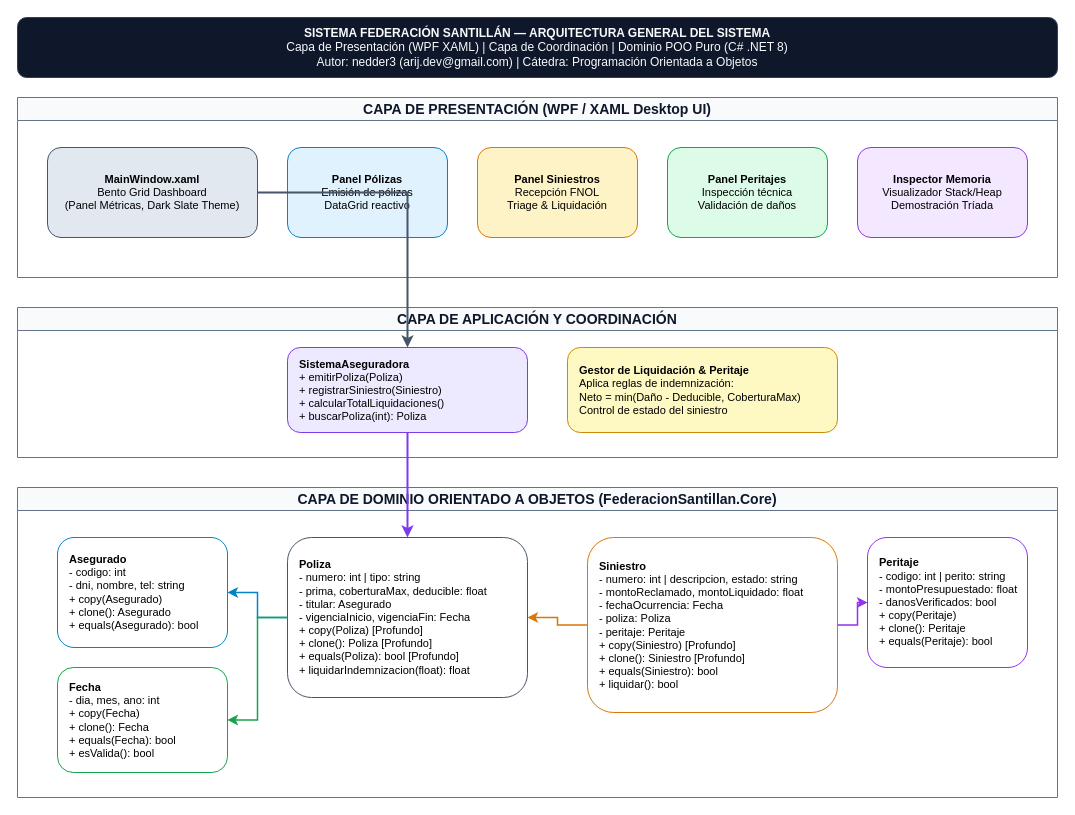
Earlier version of the draw.io diagram diagramas/diagrama_sistema.drawio (nedder3/santillan-seguros). Source tidied: cells renumbered, new cells numbered last; positions are measured from the earlier drawing's top-left corner, leaving out a move shared by most shapes. Both pictures are drawn from the tidied source at 100%, with x=0, y=0 at pixel (17, 17).
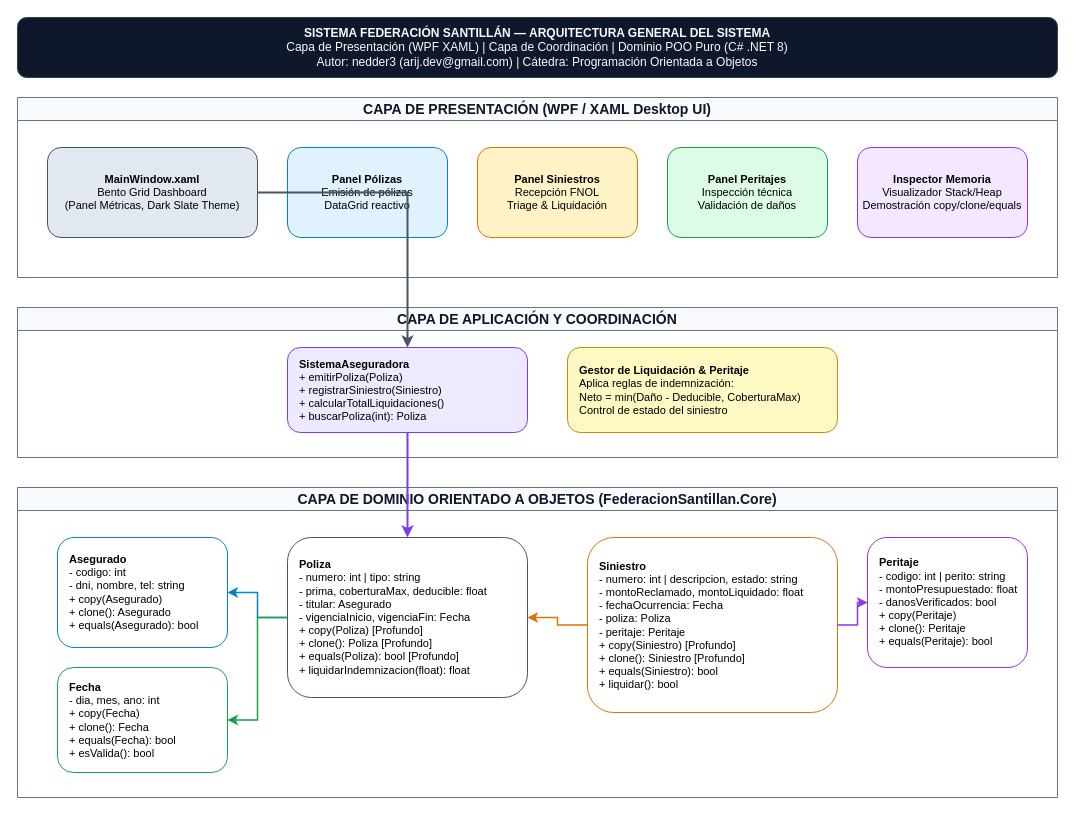
After the change.

Unchanged cells that the change refers to:
```xml
<mxCell id="3" value="CAPA DE PRESENTACIÓN (WPF / XAML Desktop UI)" style="swimlane;whiteSpace=wrap;html=1;fillColor=#f8fafc;strokeColor=#64748b;fontStyle=1;fontSize=14;fontColor=#0f172a;" parent="1" vertex="1">
  <mxGeometry y="80" width="1040" height="180" as="geometry" />
</mxCell>
```

Change to the diagram source:
```diff
@@
-    <mxCell id="8" value="&lt;b&gt;Inspector Memoria&lt;/b&gt;&lt;br&gt;Visualizador Stack/Heap&lt;br&gt;Demostración Tríada" style="rounded=1;whiteSpace=wrap;html=1;fillColor=#f3e8ff;strokeColor=#9333ea;fontSize=11;" parent="3" vertex="1">
+    <mxCell id="8" value="&lt;b&gt;Inspector Memoria&lt;/b&gt;&lt;br&gt;Visualizador Stack/Heap&lt;br&gt;Demostración copy/clone/equals" style="rounded=1;whiteSpace=wrap;html=1;fillColor=#f3e8ff;strokeColor=#9333ea;fontSize=11;" parent="3" vertex="1">
       <mxGeometry x="840" y="50" width="170" height="90" as="geometry" />
     </mxCell>
```
